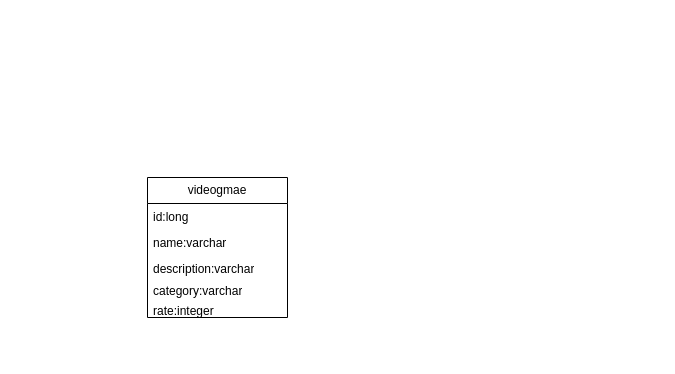
This is Diagrama sin título.drawio from NainIglesias/Ex1BBDD, a draw.io file, before an edit. Source tidied: cells renumbered, new cells numbered last; positions are measured from the earlier drawing's top-left corner, leaving out a move shared by most shapes. Both pictures are drawn from the tidied source at 100%, with x=0, y=0 at pixel (147, 177).
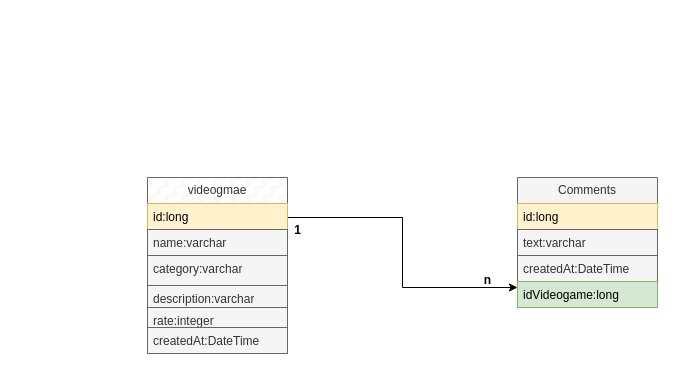
The same diagram, later.

The edit, as a diff of the source:
```diff
@@
 <mxGraphModel>
   <root>
     <mxCell id="0" />
     <mxCell id="1" parent="0" />
+    <mxCell id="8" style="edgeStyle=orthogonalEdgeStyle;rounded=0;jettySize=auto;html=1;" parent="1" edge="1" source="2" target="10">
+      <mxGeometry relative="1" as="geometry">
+        <Array as="points">
+          <mxPoint x="255" y="40" />
+          <mxPoint x="255" y="110" />
+        </Array>
+      </mxGeometry>
+    </mxCell>
-    <mxCell id="2" value="videogmae" style="swimlane;fontStyle=0;horizontal=1;startSize=26;fillColor=none;whiteSpace=wrap;html=1;" parent="1" vertex="1">
-      <mxGeometry width="140" height="140" as="geometry" />
+    <mxCell id="2" value="videogmae" style="swimlane;fontStyle=0;horizontal=1;startSize=26;fillColor=#f5f5f5;whiteSpace=wrap;html=1;strokeColor=#666666;fontColor=#333333;fillStyle=zigzag-line;" parent="1" vertex="1">
+      <mxGeometry width="140" height="176" as="geometry" />
     </mxCell>
-    <mxCell id="3" value="id:long" style="text;strokeColor=none;fillColor=none;align=left;verticalAlign=top;spacingLeft=4;spacingRight=4;overflow=hidden;whiteSpace=wrap;html=1;" parent="2" vertex="1">
+    <mxCell id="3" value="id:long" style="text;strokeColor=#d6b656;fillColor=#fff2cc;align=left;verticalAlign=top;spacingLeft=4;spacingRight=4;overflow=hidden;whiteSpace=wrap;html=1;" parent="2" vertex="1">
       <mxGeometry y="26" width="140" height="26" as="geometry" />
     </mxCell>
-    <mxCell id="4" value="name:varchar" style="text;strokeColor=none;fillColor=none;align=left;verticalAlign=top;spacingLeft=4;spacingRight=4;overflow=hidden;whiteSpace=wrap;html=1;" parent="2" vertex="1">
+    <mxCell id="4" value="name:varchar" style="text;align=left;verticalAlign=top;spacingLeft=4;spacingRight=4;overflow=hidden;whiteSpace=wrap;html=1;fillColor=#f5f5f5;fontColor=#333333;strokeColor=#666666;fontStyle=0;" parent="2" vertex="1">
       <mxGeometry y="52" width="140" height="26" as="geometry" />
     </mxCell>
+    <mxCell id="6" value="category:varchar" style="text;strokeColor=#666666;fillColor=#f5f5f5;align=left;verticalAlign=top;spacingLeft=4;spacingRight=4;overflow=hidden;whiteSpace=wrap;html=1;fontColor=#333333;" parent="2" vertex="1">
+      <mxGeometry y="78" width="140" height="30" as="geometry" />
+    </mxCell>
-    <mxCell id="5" value="description:varchar" style="text;strokeColor=none;fillColor=none;align=left;verticalAlign=top;spacingLeft=4;spacingRight=4;overflow=hidden;whiteSpace=wrap;html=1;" parent="2" vertex="1">
-      <mxGeometry y="78" width="140" height="62" as="geometry" />
+    <mxCell id="5" value="description:varchar" style="text;strokeColor=#666666;fillColor=#f5f5f5;align=left;verticalAlign=top;spacingLeft=4;spacingRight=4;overflow=hidden;whiteSpace=wrap;html=1;fontColor=#333333;" parent="2" vertex="1">
+      <mxGeometry y="108" width="140" height="22" as="geometry" />
     </mxCell>
-    <mxCell id="6" value="category:varchar" style="text;strokeColor=none;fillColor=none;align=left;verticalAlign=top;spacingLeft=4;spacingRight=4;overflow=hidden;whiteSpace=wrap;html=1;" parent="1" vertex="1">
-      <mxGeometry y="100" width="140" height="50" as="geometry" />
-    </mxCell>
-    <mxCell id="7" value="rate:integer" style="text;strokeColor=none;fillColor=none;align=left;verticalAlign=top;spacingLeft=4;spacingRight=4;overflow=hidden;whiteSpace=wrap;html=1;" parent="1" vertex="1">
-      <mxGeometry y="120" width="140" height="20" as="geometry" />
+    <mxCell id="7" value="rate:integer" style="text;strokeColor=#666666;fillColor=#f5f5f5;align=left;verticalAlign=top;spacingLeft=4;spacingRight=4;overflow=hidden;whiteSpace=wrap;html=1;fontColor=#333333;" parent="2" vertex="1">
+      <mxGeometry y="130" width="140" height="20" as="geometry" />
     </mxCell>
+    <mxCell id="9" value="createdAt:DateTime" style="text;strokeColor=#666666;fillColor=#f5f5f5;align=left;verticalAlign=top;spacingLeft=4;spacingRight=4;overflow=hidden;whiteSpace=wrap;html=1;fontColor=#333333;" parent="2" vertex="1">
+      <mxGeometry y="150" width="140" height="26" as="geometry" />
+    </mxCell>
+    <mxCell id="10" value="Comments" style="swimlane;fontStyle=0;horizontal=1;startSize=26;fillColor=#f5f5f5;whiteSpace=wrap;html=1;fontColor=#333333;strokeColor=#666666;" parent="1" vertex="1">
+      <mxGeometry x="370" width="140" height="130" as="geometry" />
+    </mxCell>
+    <mxCell id="11" value="id:long" style="text;strokeColor=#d6b656;fillColor=#fff2cc;align=left;verticalAlign=top;spacingLeft=4;spacingRight=4;overflow=hidden;whiteSpace=wrap;html=1;" parent="10" vertex="1">
+      <mxGeometry y="26" width="140" height="26" as="geometry" />
+    </mxCell>
+    <mxCell id="12" value="text:varchar" style="text;strokeColor=#666666;fillColor=#f5f5f5;align=left;verticalAlign=top;spacingLeft=4;spacingRight=4;overflow=hidden;whiteSpace=wrap;html=1;fontColor=#333333;" parent="10" vertex="1">
+      <mxGeometry y="52" width="140" height="26" as="geometry" />
+    </mxCell>
+    <mxCell id="13" value="createdAt:DateTime" style="text;strokeColor=#666666;fillColor=#f5f5f5;align=left;verticalAlign=top;spacingLeft=4;spacingRight=4;overflow=hidden;whiteSpace=wrap;html=1;fontColor=#333333;" parent="10" vertex="1">
+      <mxGeometry y="78" width="140" height="26" as="geometry" />
+    </mxCell>
+    <mxCell id="14" value="idVideogame:long" style="text;strokeColor=#82b366;fillColor=#d5e8d4;align=left;verticalAlign=top;spacingLeft=4;spacingRight=4;overflow=hidden;whiteSpace=wrap;html=1;" parent="10" vertex="1">
+      <mxGeometry y="104" width="140" height="26" as="geometry" />
+    </mxCell>
+    <mxCell id="15" value="n" style="text;align=center;fontStyle=1;verticalAlign=middle;spacingLeft=3;spacingRight=3;strokeColor=none;html=1;" parent="1" vertex="1">
+      <mxGeometry x="300" y="90" width="80" height="26" as="geometry" />
+    </mxCell>
+    <mxCell id="16" value="1" style="text;align=center;fontStyle=1;verticalAlign=middle;spacingLeft=3;spacingRight=3;strokeColor=none;html=1;" parent="1" vertex="1">
+      <mxGeometry x="110" y="40" width="80" height="26" as="geometry" />
+    </mxCell>
+    <mxCell id="17" style="ellipse;html=1;shape=endState;fillColor=#000000;strokeColor=#ff0000;" parent="1" vertex="1">
+      <mxGeometry x="-130" y="-160" height="260" as="geometry" />
+    </mxCell>
   </root>
 </mxGraphModel>
```
